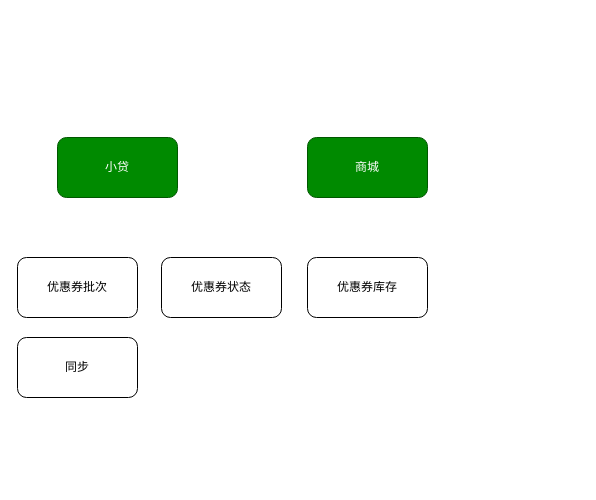
Above: marketing/系统架构.drawio in gjie1991/draw (draw.io), before the change. Source tidied: cells renumbered, new cells numbered last; positions are measured from the earlier drawing's top-left corner, leaving out a move shared by most shapes. Both pictures are drawn from the tidied source at 100%, with x=0, y=0 at pixel (17, 137).
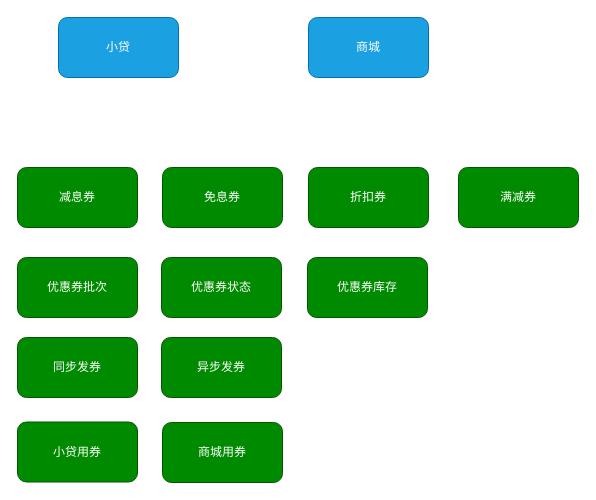
The same page after the edit.

Commit message (it also covers changes not shown here):
更新系统架构.drawio

Change to the diagram source:
```diff
@@
 <mxGraphModel>
   <root>
     <mxCell id="0" />
     <mxCell id="1" parent="0" />
-    <mxCell id="2" value="小贷" style="rounded=1;whiteSpace=wrap;html=1;fillColor=#008a00;fontColor=#ffffff;strokeColor=#005700;" parent="1" vertex="1">
-      <mxGeometry x="40" width="120" height="60" as="geometry" />
+    <mxCell id="2" value="小贷" style="rounded=1;whiteSpace=wrap;html=1;fillColor=#1ba1e2;fontColor=#ffffff;strokeColor=#006EAF;" parent="1" vertex="1">
+      <mxGeometry x="41" y="-120" width="120" height="60" as="geometry" />
     </mxCell>
-    <mxCell id="3" value="商城" style="rounded=1;whiteSpace=wrap;html=1;fillColor=#008a00;fontColor=#ffffff;strokeColor=#005700;" parent="1" vertex="1">
-      <mxGeometry x="290" width="120" height="60" as="geometry" />
+    <mxCell id="3" value="商城" style="rounded=1;whiteSpace=wrap;html=1;fillColor=#1ba1e2;fontColor=#ffffff;strokeColor=#006EAF;" parent="1" vertex="1">
+      <mxGeometry x="291" y="-120" width="120" height="60" as="geometry" />
     </mxCell>
-    <mxCell id="4" value="优惠券批次" style="rounded=1;whiteSpace=wrap;html=1;" parent="1" vertex="1">
+    <mxCell id="4" value="优惠券批次" style="rounded=1;whiteSpace=wrap;html=1;fillColor=#008a00;fontColor=#ffffff;strokeColor=#005700;" parent="1" vertex="1">
       <mxGeometry y="120" width="120" height="60" as="geometry" />
     </mxCell>
-    <mxCell id="5" value="优惠券状态" style="rounded=1;whiteSpace=wrap;html=1;" parent="1" vertex="1">
+    <mxCell id="5" value="优惠券状态" style="rounded=1;whiteSpace=wrap;html=1;fillColor=#008a00;fontColor=#ffffff;strokeColor=#005700;" parent="1" vertex="1">
       <mxGeometry x="144" y="120" width="120" height="60" as="geometry" />
     </mxCell>
-    <mxCell id="6" value="优惠券库存" style="rounded=1;whiteSpace=wrap;html=1;" parent="1" vertex="1">
+    <mxCell id="6" value="优惠券库存" style="rounded=1;whiteSpace=wrap;html=1;fillColor=#008a00;fontColor=#ffffff;strokeColor=#005700;" parent="1" vertex="1">
       <mxGeometry x="290" y="120" width="120" height="60" as="geometry" />
     </mxCell>
-    <mxCell id="7" value="同步" style="rounded=1;whiteSpace=wrap;html=1;" parent="1" vertex="1">
+    <mxCell id="7" value="同步发券" style="rounded=1;whiteSpace=wrap;html=1;fillColor=#008a00;fontColor=#ffffff;strokeColor=#005700;" parent="1" vertex="1">
       <mxGeometry y="200" width="120" height="60" as="geometry" />
     </mxCell>
+    <mxCell id="8" value="异步发券" style="rounded=1;whiteSpace=wrap;html=1;fillColor=#008a00;fontColor=#ffffff;strokeColor=#005700;" parent="1" vertex="1">
+      <mxGeometry x="144" y="200" width="120" height="60" as="geometry" />
+    </mxCell>
+    <mxCell id="9" value="减息券" style="rounded=1;whiteSpace=wrap;html=1;fillColor=#008a00;fontColor=#ffffff;strokeColor=#005700;" parent="1" vertex="1">
+      <mxGeometry y="30" width="120" height="60" as="geometry" />
+    </mxCell>
+    <mxCell id="10" value="免息券" style="rounded=1;whiteSpace=wrap;html=1;fillColor=#008a00;fontColor=#ffffff;strokeColor=#005700;" parent="1" vertex="1">
+      <mxGeometry x="145" y="30" width="120" height="60" as="geometry" />
+    </mxCell>
+    <mxCell id="11" value="折扣券" style="rounded=1;whiteSpace=wrap;html=1;fillColor=#008a00;fontColor=#ffffff;strokeColor=#005700;" parent="1" vertex="1">
+      <mxGeometry x="291" y="30" width="120" height="60" as="geometry" />
+    </mxCell>
+    <mxCell id="12" value="满减券" style="rounded=1;whiteSpace=wrap;html=1;fillColor=#008a00;fontColor=#ffffff;strokeColor=#005700;" parent="1" vertex="1">
+      <mxGeometry x="441" y="30" width="120" height="60" as="geometry" />
+    </mxCell>
+    <mxCell id="13" value="小贷用券" style="rounded=1;whiteSpace=wrap;html=1;fillColor=#008a00;fontColor=#ffffff;strokeColor=#005700;" parent="1" vertex="1">
+      <mxGeometry y="284.5" width="120" height="60" as="geometry" />
+    </mxCell>
+    <mxCell id="14" value="商城用券" style="rounded=1;whiteSpace=wrap;html=1;fillColor=#008a00;fontColor=#ffffff;strokeColor=#005700;" parent="1" vertex="1">
+      <mxGeometry x="145" y="285" width="120" height="60" as="geometry" />
+    </mxCell>
   </root>
 </mxGraphModel>
```
